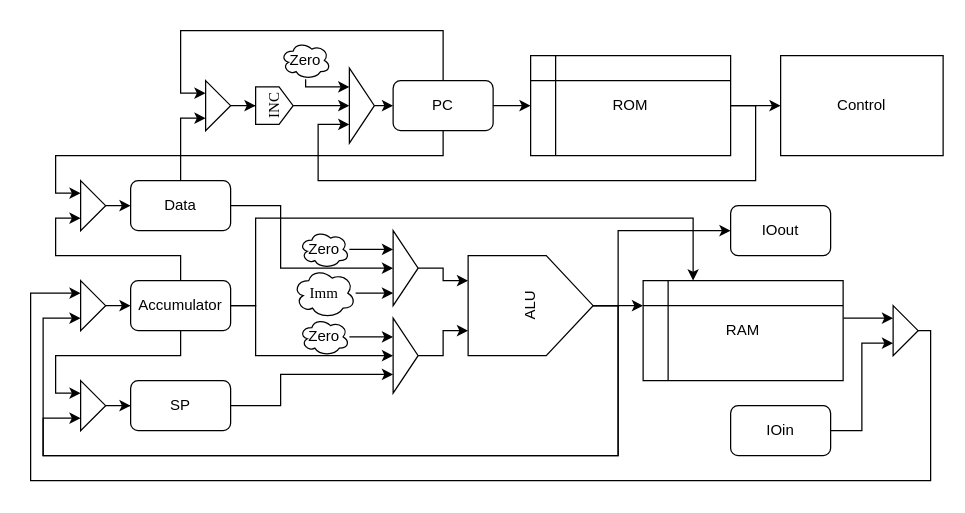
Above: Design/datapath.drawio in LithosphereRocketry/Nandy (draw.io), before the change. Source tidied: cells renumbered, new cells numbered last; positions are measured from the earlier drawing's top-left corner, leaving out a move shared by most shapes. Both pictures are drawn from the tidied source at 125%, with x=0, y=0 at pixel (30, 30).
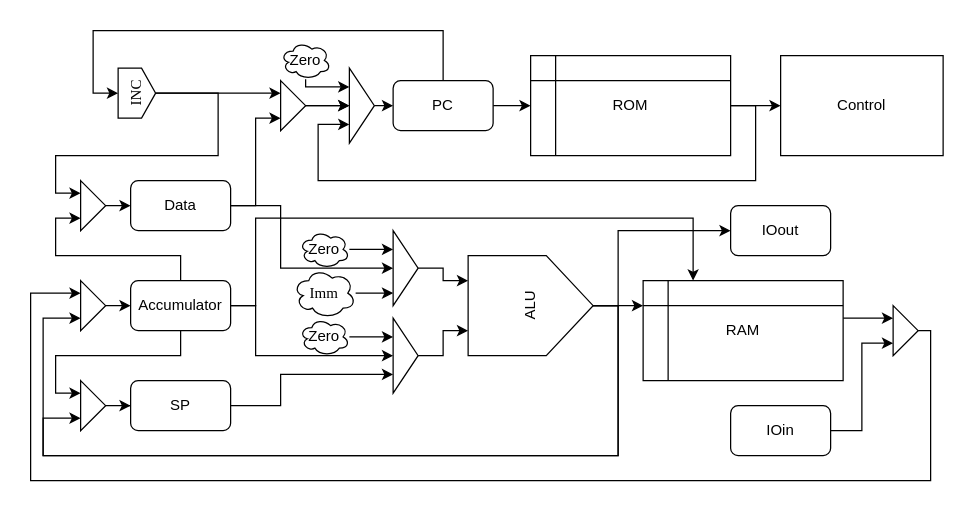
The same page after the edit.

Commit message (it also covers changes not shown here):
Some datapath adjustments, simplified emulator for binary

The change refers to these unchanged cells:
```xml
<mxCell id="9" value="Data" style="rounded=1;whiteSpace=wrap;html=1;" parent="1" vertex="1">
  <mxGeometry x="80" y="120" width="80" height="40" as="geometry" />
</mxCell>
<mxCell id="20" value="&lt;div&gt;PC&lt;/div&gt;" style="rounded=1;whiteSpace=wrap;html=1;" parent="1" vertex="1">
  <mxGeometry x="290" y="40" width="80" height="40" as="geometry" />
</mxCell>
<mxCell id="36" style="triangle;whiteSpace=wrap;html=1;" parent="1" vertex="1">
  <mxGeometry x="40" y="120" width="20" height="40" as="geometry" />
</mxCell>
<mxCell id="43" style="triangle;whiteSpace=wrap;html=1;" parent="1" vertex="1">
  <mxGeometry x="255" y="30" width="20" height="60" as="geometry" />
</mxCell>
```

What changed in the source:
```diff
@@
-    <mxCell id="7" style="edgeStyle=orthogonalEdgeStyle;rounded=0;jettySize=auto;html=1;entryX=0;entryY=0.75;entryDx=0;entryDy=0;fontFamily=Helvetica;" parent="1" edge="1" source="9" target="30">
+    <mxCell id="7" style="edgeStyle=orthogonalEdgeStyle;rounded=0;jettySize=auto;html=1;fontFamily=Helvetica;entryX=0;entryY=0.75;entryDx=0;entryDy=0;" parent="1" edge="1" source="9" target="30">
       <mxGeometry relative="1" as="geometry">
         <Array as="points">
-          <mxPoint x="120" y="70" />
+          <mxPoint x="180" y="140" />
+          <mxPoint x="180" y="70" />
         </Array>
       </mxGeometry>
     </mxCell>
@@
-    <mxCell id="18" style="edgeStyle=orthogonalEdgeStyle;rounded=0;jettySize=auto;html=1;entryX=0;entryY=0.25;entryDx=0;entryDy=0;fontFamily=Helvetica;" parent="1" edge="1" source="20" target="36">
+    <mxCell id="18" style="edgeStyle=orthogonalEdgeStyle;rounded=0;jettySize=auto;html=1;entryX=0;entryY=0.25;entryDx=0;entryDy=0;fontFamily=Helvetica;exitX=0.5;exitY=1;exitDx=0;exitDy=0;" parent="1" edge="1" source="34" target="36">
       <mxGeometry relative="1" as="geometry">
         <Array as="points">
-          <mxPoint x="330" y="100" />
+          <mxPoint x="150" y="50" />
+          <mxPoint x="150" y="100" />
           <mxPoint x="20" y="100" />
           <mxPoint x="20" y="130" />
         </Array>
       </mxGeometry>
     </mxCell>
-    <mxCell id="19" style="edgeStyle=orthogonalEdgeStyle;rounded=0;jettySize=auto;html=1;entryX=0;entryY=0.25;entryDx=0;entryDy=0;fontFamily=Helvetica;" parent="1" edge="1" source="20" target="30">
-      <mxGeometry relative="1" as="geometry">
-        <Array as="points">
-          <mxPoint x="330" />
-          <mxPoint x="120" />
-          <mxPoint x="120" y="50" />
-        </Array>
-      </mxGeometry>
-    </mxCell>
+    <mxCell id="56" style="edgeStyle=orthogonalEdgeStyle;rounded=0;jettySize=auto;html=1;exitX=0.5;exitY=0;exitDx=0;exitDy=0;entryX=0.5;entryY=0;entryDx=0;entryDy=0;" parent="1" edge="1" source="20" target="34">
+      <mxGeometry relative="1" as="geometry">
+        <Array as="points">
+          <mxPoint x="330" />
+          <mxPoint x="50" />
+          <mxPoint x="50" y="50" />
+        </Array>
+      </mxGeometry>
+    </mxCell>
@@
-    <mxCell id="28" style="edgeStyle=orthogonalEdgeStyle;rounded=0;jettySize=auto;html=1;exitX=0.5;exitY=1;exitDx=0;exitDy=0;fontFamily=Times New Roman;entryX=0;entryY=0.5;entryDx=0;entryDy=0;" parent="1" edge="1" source="34" target="43">
+    <mxCell id="28" style="edgeStyle=orthogonalEdgeStyle;rounded=0;jettySize=auto;html=1;exitX=0.5;exitY=1;exitDx=0;exitDy=0;fontFamily=Times New Roman;entryX=0;entryY=0.5;entryDx=0;entryDy=0;startArrow=none;" parent="1" edge="1" source="30" target="43">
       <mxGeometry relative="1" as="geometry">
         <Array as="points">
           <mxPoint x="220" y="60" />
           <mxPoint x="220" y="60" />
         </Array>
       </mxGeometry>
     </mxCell>
-    <mxCell id="29" style="edgeStyle=orthogonalEdgeStyle;rounded=0;jettySize=auto;html=1;fontFamily=Times New Roman;entryX=0.5;entryY=0;entryDx=0;entryDy=0;" parent="1" edge="1" source="30" target="34">
-      <mxGeometry relative="1" as="geometry" />
-    </mxCell>
-    <mxCell id="30" style="triangle;whiteSpace=wrap;html=1;" parent="1" vertex="1">
-      <mxGeometry x="140" y="40" width="20" height="40" as="geometry" />
-    </mxCell>
+    <mxCell id="57" style="edgeStyle=orthogonalEdgeStyle;rounded=0;jettySize=auto;html=1;" parent="1" edge="1" source="30" target="43">
+      <mxGeometry relative="1" as="geometry" />
+    </mxCell>
@@
-    <mxCell id="34" value="&lt;div&gt;INC&lt;/div&gt;" style="shape=offPageConnector;whiteSpace=wrap;html=1;fontFamily=Times New Roman;rotation=-90;" parent="1" vertex="1">
-      <mxGeometry x="180" y="45" width="30" height="30" as="geometry" />
-    </mxCell>
@@
+    <mxCell id="58" style="edgeStyle=orthogonalEdgeStyle;rounded=0;jettySize=auto;html=1;entryX=0;entryY=0.25;entryDx=0;entryDy=0;" parent="1" edge="1" source="34" target="30">
+      <mxGeometry relative="1" as="geometry" />
+    </mxCell>
+    <mxCell id="34" value="&lt;div&gt;INC&lt;/div&gt;" style="shape=offPageConnector;whiteSpace=wrap;html=1;fontFamily=Times New Roman;rotation=-90;" parent="1" vertex="1">
+      <mxGeometry x="65" y="35" width="40" height="30" as="geometry" />
+    </mxCell>
+    <mxCell id="30" style="triangle;whiteSpace=wrap;html=1;" parent="1" vertex="1">
+      <mxGeometry x="200" y="40" width="20" height="40" as="geometry" />
+    </mxCell>
```
